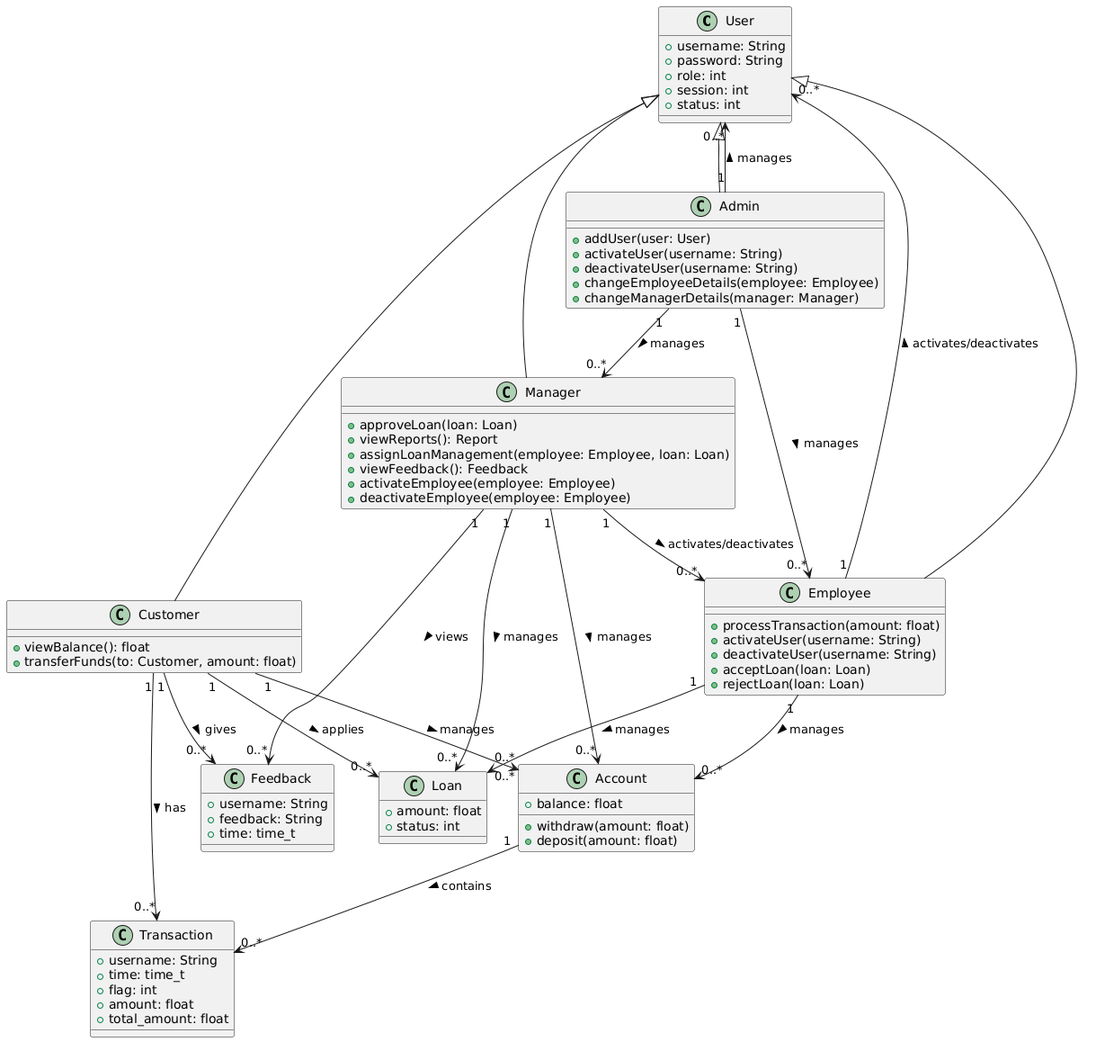
The PlantUML diagram v1.1.0/classdiagram.png in substobeme/BankingSystem, before a commit. The source it was exported from:
```plantuml
@startuml
class User {
    +username: String
    +password: String
    +role: int
    +session: int
    +status: int
}

class Customer {
    +viewBalance(): float
    +transferFunds(to: Customer, amount: float)
}

class Employee {
    +processTransaction(amount: float)
    +activateUser(username: String)
    +deactivateUser(username: String)
    +acceptLoan(loan: Loan)
    +rejectLoan(loan: Loan)
}

class Manager {
    +approveLoan(loan: Loan)
    +viewReports(): Report
    +assignLoanManagement(employee: Employee, loan: Loan)
    +viewFeedback(): Feedback
    +activateEmployee(employee: Employee)
    +deactivateEmployee(employee: Employee)
}

class Admin {
    +addUser(user: User)
    +activateUser(username: String)
    +deactivateUser(username: String)
    +changeEmployeeDetails(employee: Employee)
    +changeManagerDetails(manager: Manager)
}

class Account {
    +balance: float
    +withdraw(amount: float)
    +deposit(amount: float)
}

class Loan {
    +amount: float
    +status: int
}

class Feedback {
    +username: String
    +feedback: String
    +time: time_t
}

class Transaction {
    +username: String
    +time: time_t
    +flag: int
    +amount: float
    +total_amount: float
}

User <|-- Customer
User <|-- Employee
User <|-- Manager
User <|-- Admin

Customer "1" --> "0..*" Account : manages >
Employee "1" --> "0..*" Account : manages >
Manager "1" --> "0..*" Account : manages >
Customer "1" --> "0..*" Loan : applies >
Customer "1" --> "0..*" Transaction : has >
Customer "1" --> "0..*" Feedback : gives >
Account "1" --> "0..*" Transaction : contains >
Admin "1" --> "0..*" User : manages >
Admin "1" --> "0..*" Employee : manages >
Admin "1" --> "0..*" Manager : manages >
Manager "1" --> "0..*" Loan : manages >
Manager "1" --> "0..*" Feedback : views >
Manager "1" --> "0..*" Employee : activates/deactivates >
Employee "1" --> "0..*" Loan : manages >
Employee "1" --> "0..*" User : activates/deactivates >
@enduml
```
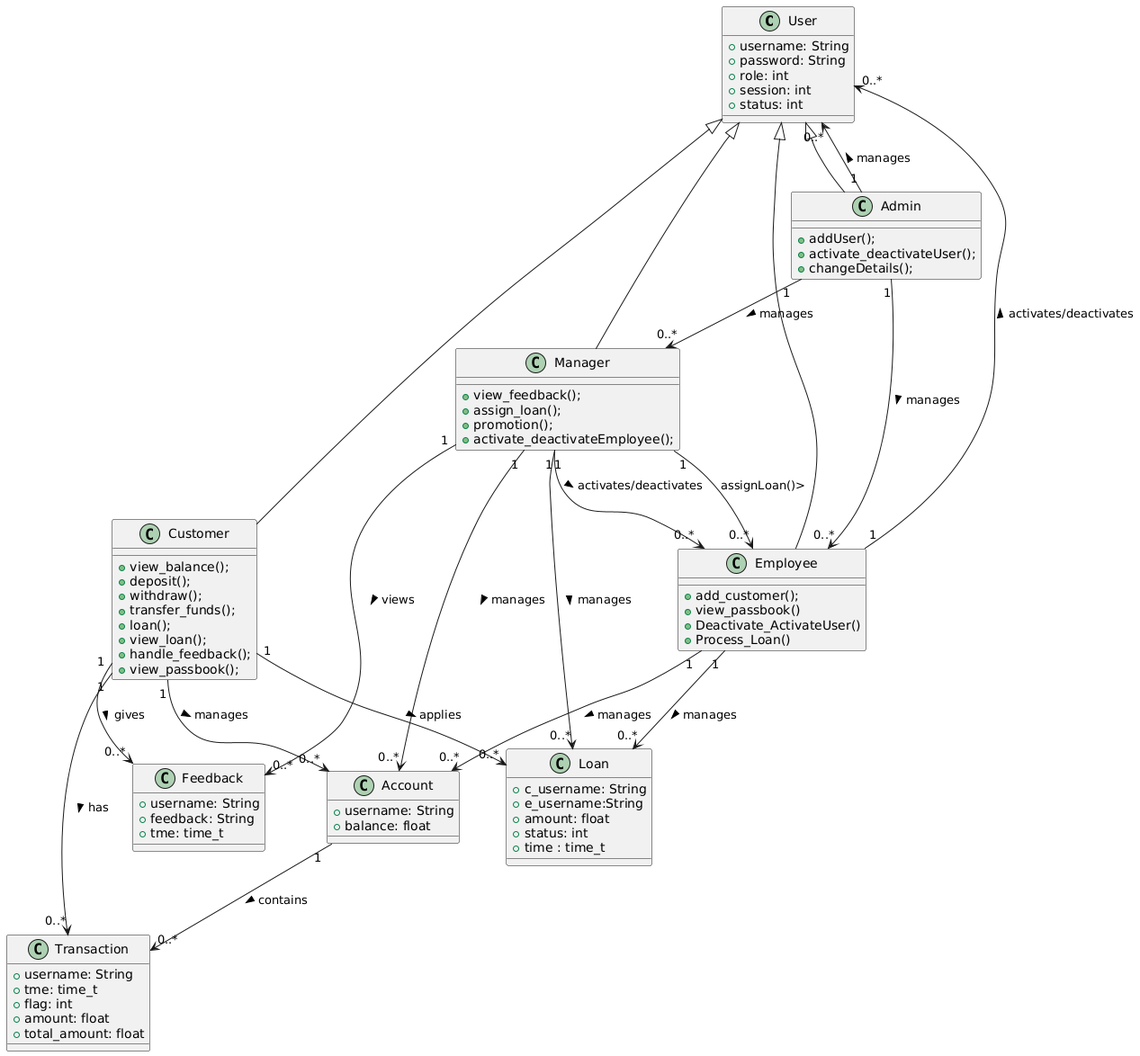
Above is the later version.

Diff of the diagram source:
```diff
@@ -8,55 +8,59 @@
 }
 
 class Customer {
-    +viewBalance(): float
-    +transferFunds(to: Customer, amount: float)
+    +view_balance();
+    +deposit();
+    +withdraw();
+    +transfer_funds();
+    +loan();
+    +view_loan();
+    +handle_feedback();
+    +view_passbook();
 }
 
 class Employee {
-    +processTransaction(amount: float)
-    +activateUser(username: String)
-    +deactivateUser(username: String)
-    +acceptLoan(loan: Loan)
-    +rejectLoan(loan: Loan)
+    +add_customer();
+    +view_passbook()
+    +Deactivate_ActivateUser()
+    +Process_Loan()
 }
 
 class Manager {
-    +approveLoan(loan: Loan)
-    +viewReports(): Report
-    +assignLoanManagement(employee: Employee, loan: Loan)
-    +viewFeedback(): Feedback
-    +activateEmployee(employee: Employee)
-    +deactivateEmployee(employee: Employee)
+    +view_feedback();
+    +assign_loan();
+    +promotion();
+    +activate_deactivateEmployee();
+
 }
 
 class Admin {
-    +addUser(user: User)
-    +activateUser(username: String)
-    +deactivateUser(username: String)
-    +changeEmployeeDetails(employee: Employee)
-    +changeManagerDetails(manager: Manager)
+    +addUser();
+    +activate_deactivateUser();
+    +changeDetails();
 }
 
 class Account {
+    +username: String
     +balance: float
-    +withdraw(amount: float)
-    +deposit(amount: float)
 }
 
 class Loan {
+    +c_username: String
+    +e_username:String
     +amount: float
     +status: int
+    +time : time_t
 }
 
 class Feedback {
     +username: String
     +feedback: String
-    +time: time_t
+    +tme: time_t
 }
 
 class Transaction {
     +username: String
-    +time: time_t
+    +tme: time_t
     +flag: int
     +amount: float
     +total_amount: float
@@ -80,6 +84,7 @@
 Manager "1" --> "0..*" Loan : manages >
 Manager "1" --> "0..*" Feedback : views >
 Manager "1" --> "0..*" Employee : activates/deactivates >
+Manager "1" --> "0..*" Employee: assignLoan()>
 Employee "1" --> "0..*" Loan : manages >
 Employee "1" --> "0..*" User : activates/deactivates >
 @enduml
```
